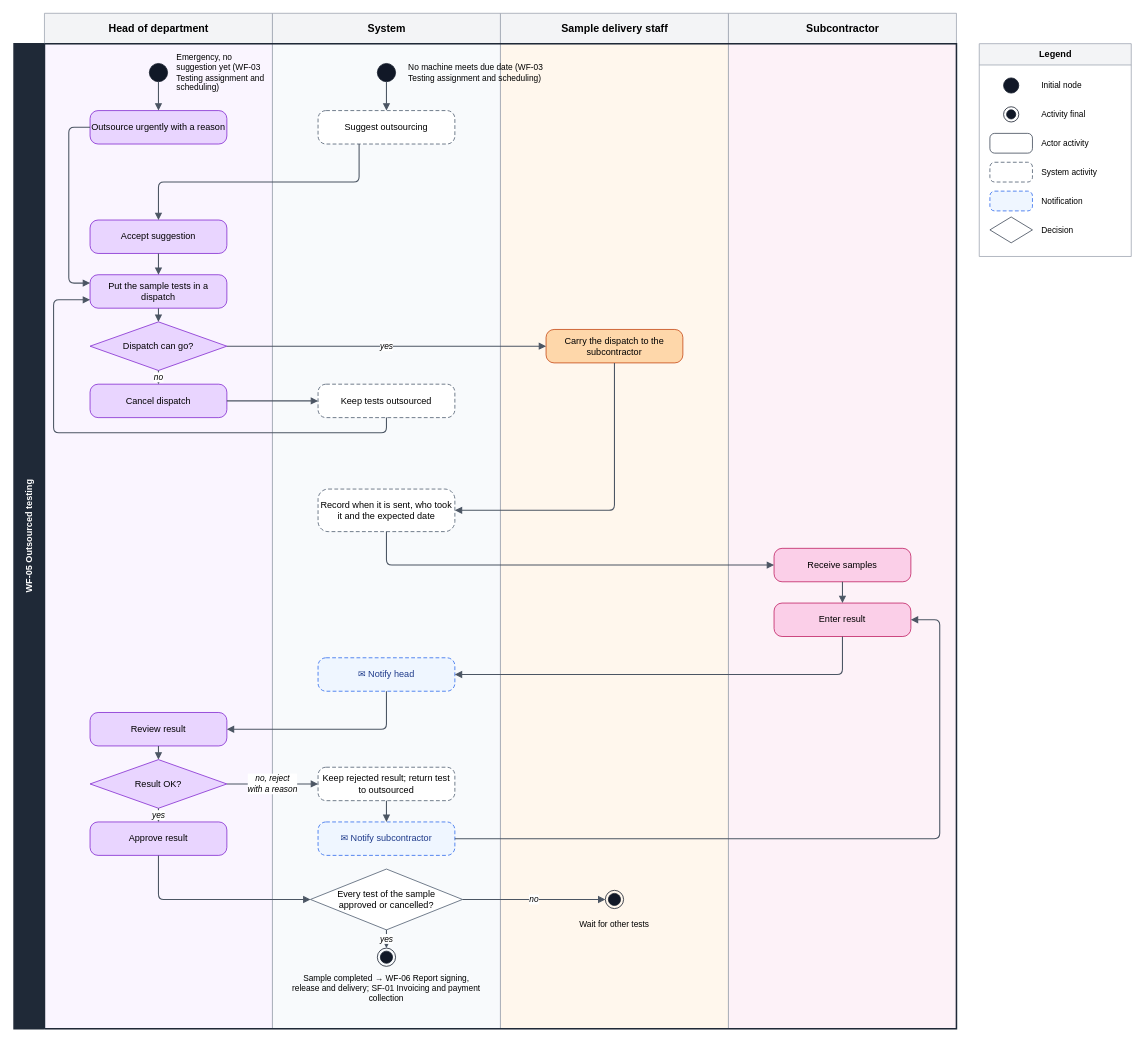
Before: page "WF-05 Workflow" (1 of 2) of docs/reports/activity-diagram/flows-work-of-tuyen/[Flow] WF-05 Outsourced testing.drawio in SoltuneMontepre/medilab, a draw.io diagram. Source tidied: cells renumbered, new cells numbered last; positions are measured from the earlier drawing's top-left corner, leaving out a move shared by most shapes. Both pictures are drawn from the tidied source at 76%, with x=0, y=0 at pixel (14, 13).
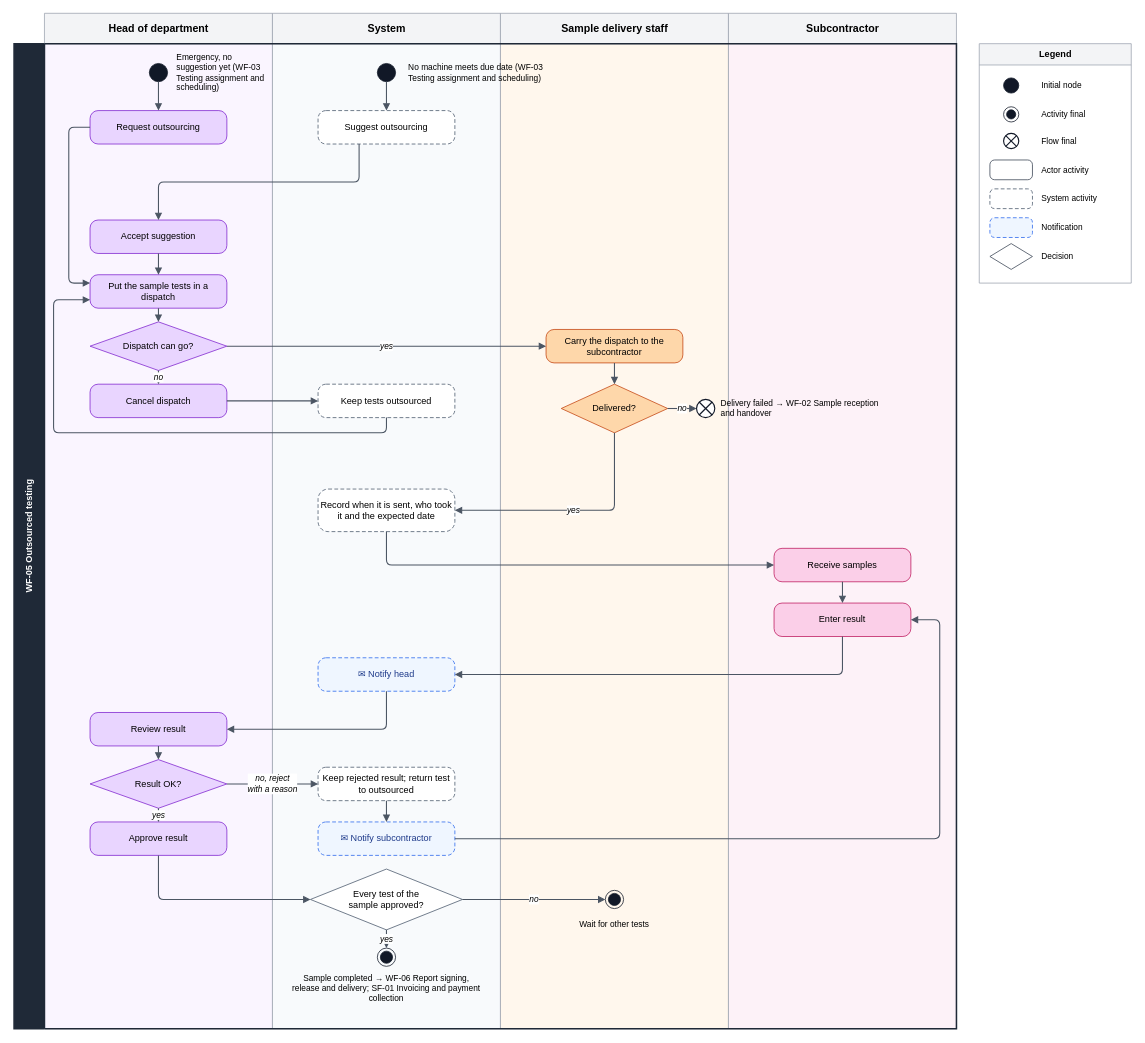
The same diagram, later.

The change refers to these unchanged cells:
```xml
<mxCell id="17" value="Carry the dispatch to the subcontractor" style="rounded=1;arcSize=24;whiteSpace=wrap;html=1;fontSize=12;fillColor=#FED7AA;strokeColor=#C2410C;" parent="1" vertex="1">
  <mxGeometry x="700" y="416" width="180" height="44" as="geometry" />
</mxCell>
<mxCell id="18" value="Record when it is sent, who took it and the expected date" style="rounded=1;arcSize=24;dashed=1;dashPattern=5 3;whiteSpace=wrap;html=1;fontSize=12;fillColor=#FFFFFF;strokeColor=#475569;" parent="1" vertex="1">
  <mxGeometry x="400" y="626" width="180" height="56" as="geometry" />
</mxCell>
```

Diff of the diagram source:
```diff
@@
-    <mxCell id="11" value="Outsource urgently with a reason" style="rounded=1;arcSize=24;whiteSpace=wrap;html=1;fontSize=12;fillColor=#E9D5FF;strokeColor=#7E22CE;" parent="1" vertex="1">
+    <mxCell id="11" value="Request outsourcing" style="rounded=1;arcSize=24;whiteSpace=wrap;html=1;fontSize=12;fillColor=#E9D5FF;strokeColor=#7E22CE;" parent="1" vertex="1">
       <mxGeometry x="100" y="128" width="180" height="44" as="geometry" />
     </mxCell>
@@
+    <mxCell id="69" value="Delivered?" style="rhombus;whiteSpace=wrap;html=1;fontSize=12;fillColor=#FED7AA;strokeColor=#C2410C;" parent="1" vertex="1">
+      <mxGeometry x="720" y="488" width="140" height="64" as="geometry" />
+    </mxCell>
+    <mxCell id="70" style="shape=sumEllipse;perimeter=ellipsePerimeter;html=1;fillColor=#FFFFFF;strokeColor=#111827;strokeWidth=1.5;" parent="1" vertex="1">
+      <mxGeometry x="898" y="508" width="24" height="24" as="geometry" />
+    </mxCell>
+    <mxCell id="71" value="Delivery failed → WF-02 Sample reception and handover" style="text;html=1;whiteSpace=wrap;fontSize=11;verticalAlign=middle;align=left;" parent="1" vertex="1">
+      <mxGeometry x="928" y="500" width="230" height="40" as="geometry" />
+    </mxCell>
@@
-    <mxCell id="27" value="Every test of the sample&lt;br&gt;approved or cancelled?" style="rhombus;whiteSpace=wrap;html=1;fontSize=12;fillColor=#FFFFFF;strokeColor=#475569;" parent="1" vertex="1">
+    <mxCell id="27" value="Every test of the&lt;br&gt;sample approved?" style="rhombus;whiteSpace=wrap;html=1;fontSize=12;fillColor=#FFFFFF;strokeColor=#475569;" parent="1" vertex="1">
       <mxGeometry x="390" y="1126" width="200" height="80" as="geometry" />
     </mxCell>
@@
-    <mxCell id="38" style="edgeStyle=orthogonalEdgeStyle;rounded=1;arcSize=14;strokeColor=#4B5563;strokeWidth=1.4;endArrow=block;endFill=1;endSize=6;fontSize=11;fontStyle=2;labelBackgroundColor=#ffffff;jumpStyle=arc;jumpSize=8;html=1;exitX=0.5;exitY=1;exitDx=0;exitDy=0;entryX=1;entryY=0.5;entryDx=0;entryDy=0;" parent="1" edge="1" source="17" target="18">
+    <mxCell id="38" value="yes" style="edgeStyle=orthogonalEdgeStyle;rounded=1;arcSize=14;strokeColor=#4B5563;strokeWidth=1.4;endArrow=block;endFill=1;endSize=6;fontSize=11;fontStyle=2;labelBackgroundColor=#ffffff;jumpStyle=arc;jumpSize=8;html=1;exitX=0.5;exitY=1;exitDx=0;exitDy=0;entryX=1;entryY=0.5;entryDx=0;entryDy=0;" parent="1" edge="1" source="69" target="18">
       <mxGeometry relative="1" as="geometry">
         <Array as="points">
           <mxPoint x="790" y="654" />
         </Array>
       </mxGeometry>
     </mxCell>
@@
+    <mxCell id="72" style="edgeStyle=orthogonalEdgeStyle;rounded=1;arcSize=14;strokeColor=#4B5563;strokeWidth=1.4;endArrow=block;endFill=1;endSize=6;fontSize=11;fontStyle=2;labelBackgroundColor=#ffffff;jumpStyle=arc;jumpSize=8;html=1;exitX=0.5;exitY=1;exitDx=0;exitDy=0;entryX=0.5;entryY=0;entryDx=0;entryDy=0;" parent="1" edge="1" source="17" target="69">
+      <mxGeometry relative="1" as="geometry" />
+    </mxCell>
+    <mxCell id="73" value="no" style="edgeStyle=orthogonalEdgeStyle;rounded=1;arcSize=14;strokeColor=#4B5563;strokeWidth=1.4;endArrow=block;endFill=1;endSize=6;fontSize=11;fontStyle=2;labelBackgroundColor=#ffffff;jumpStyle=arc;jumpSize=8;html=1;exitX=1;exitY=0.5;exitDx=0;exitDy=0;entryX=0;entryY=0.5;entryDx=0;entryDy=0;" parent="1" edge="1" source="69" target="70">
+      <mxGeometry relative="1" as="geometry" />
+    </mxCell>
@@
     <mxCell id="56" value="Legend" style="swimlane;startSize=28;fillColor=#F3F4F6;strokeColor=#9CA3AF;fontStyle=1;fontSize=12;html=1;" parent="1" vertex="1">
-      <mxGeometry x="1270" y="40" width="200" height="280" as="geometry" />
+      <mxGeometry x="1270" y="40" width="200" height="315" as="geometry" />
     </mxCell>
@@
+    <mxCell id="74" style="shape=sumEllipse;perimeter=ellipsePerimeter;html=1;fillColor=#FFFFFF;strokeColor=#111827;strokeWidth=1.5;" parent="1" vertex="1">
+      <mxGeometry x="1302" y="158" width="20" height="20" as="geometry" />
+    </mxCell>
+    <mxCell id="75" value="Flow final" style="text;html=1;whiteSpace=wrap;fontSize=11;verticalAlign=middle;align=left;" parent="1" vertex="1">
+      <mxGeometry x="1350" y="155" width="110" height="26" as="geometry" />
+    </mxCell>
     <mxCell id="61" style="rounded=1;arcSize=24;whiteSpace=wrap;html=1;fontSize=12;fillColor=#FFFFFF;strokeColor=#374151;" parent="1" vertex="1">
-      <mxGeometry x="1284" y="158" width="56" height="26" as="geometry" />
+      <mxGeometry x="1284" y="193" width="56" height="26" as="geometry" />
     </mxCell>
     <mxCell id="62" value="Actor activity" style="text;html=1;whiteSpace=wrap;fontSize=11;verticalAlign=middle;align=left;" parent="1" vertex="1">
-      <mxGeometry x="1350" y="158" width="110" height="26" as="geometry" />
+      <mxGeometry x="1350" y="193" width="110" height="26" as="geometry" />
     </mxCell>
     <mxCell id="63" style="rounded=1;arcSize=24;dashed=1;dashPattern=5 3;whiteSpace=wrap;html=1;fontSize=12;fillColor=#FFFFFF;strokeColor=#475569;" parent="1" vertex="1">
-      <mxGeometry x="1284" y="196" width="56" height="26" as="geometry" />
+      <mxGeometry x="1284" y="231" width="56" height="26" as="geometry" />
     </mxCell>
     <mxCell id="64" value="System activity" style="text;html=1;whiteSpace=wrap;fontSize=11;verticalAlign=middle;align=left;" parent="1" vertex="1">
-      <mxGeometry x="1350" y="196" width="110" height="26" as="geometry" />
+      <mxGeometry x="1350" y="231" width="110" height="26" as="geometry" />
     </mxCell>
     <mxCell id="65" style="rounded=1;arcSize=24;dashed=1;dashPattern=5 3;whiteSpace=wrap;html=1;fontSize=12;fillColor=#EFF6FF;strokeColor=#2563EB;fontColor=#1E3A8A;" parent="1" vertex="1">
-      <mxGeometry x="1284" y="234" width="56" height="26" as="geometry" />
+      <mxGeometry x="1284" y="269" width="56" height="26" as="geometry" />
     </mxCell>
     <mxCell id="66" value="Notification" style="text;html=1;whiteSpace=wrap;fontSize=11;verticalAlign=middle;align=left;" parent="1" vertex="1">
-      <mxGeometry x="1350" y="234" width="110" height="26" as="geometry" />
+      <mxGeometry x="1350" y="269" width="110" height="26" as="geometry" />
     </mxCell>
     <mxCell id="67" style="rhombus;whiteSpace=wrap;html=1;fontSize=12;fillColor=#FFFFFF;strokeColor=#374151;" parent="1" vertex="1">
-      <mxGeometry x="1284" y="268" width="56" height="34" as="geometry" />
+      <mxGeometry x="1284" y="303" width="56" height="34" as="geometry" />
     </mxCell>
     <mxCell id="68" value="Decision" style="text;html=1;whiteSpace=wrap;fontSize=11;verticalAlign=middle;align=left;" parent="1" vertex="1">
-      <mxGeometry x="1350" y="272" width="110" height="26" as="geometry" />
+      <mxGeometry x="1350" y="307" width="110" height="26" as="geometry" />
     </mxCell>
```
